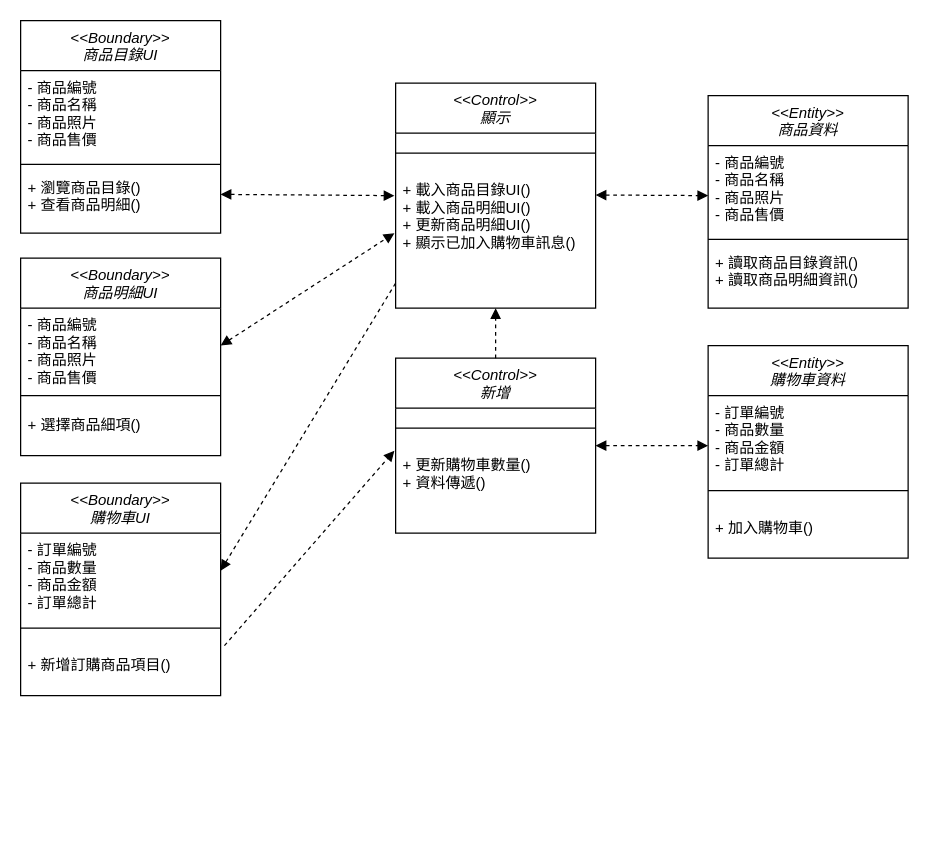
Before: 商品訂購類別圖0515.drawio in odcs0320/blog, a draw.io diagram. Source tidied: cells renumbered, new cells numbered last; positions are measured from the earlier drawing's top-left corner, leaving out a move shared by most shapes. Both pictures are drawn from the tidied source at 125%, with x=0, y=0 at pixel (20, 20).
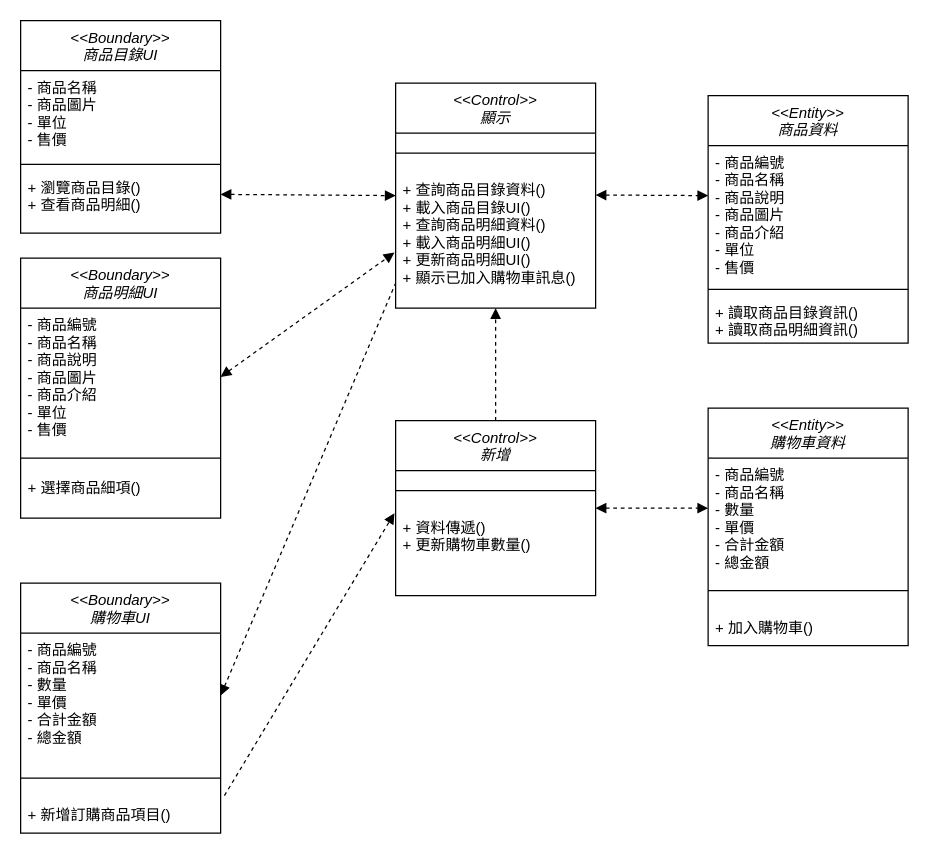
Above is the later version.

Commit message:
更新商品訂購類別圖0515.drawio

The change refers to these unchanged cells:
```xml
<mxCell id="2" value="&lt;&lt;Boundary&gt;&gt;&#10;商品目錄UI" style="swimlane;fontStyle=2;align=center;verticalAlign=top;horizontal=1;startSize=40;rounded=0;shadow=0;strokeWidth=1;" parent="1" vertex="1">
  <mxGeometry width="160" height="170" as="geometry" />
</mxCell>
<mxCell id="5" value="+ 瀏覽商品目錄()&#10;+ 查看商品明細()&#10;" style="text;align=left;verticalAlign=top;spacingLeft=4;spacingRight=4;overflow=hidden;points=[[0,0.5],[1,0.5]];portConstraint=eastwest;rounded=0;shadow=0;html=0;" parent="2" vertex="1">
  <mxGeometry y="120" width="160" height="38" as="geometry" />
</mxCell>
<mxCell id="14" value="&lt;&lt;Control&gt;&gt;&#10;顯示" style="swimlane;fontStyle=2;align=center;verticalAlign=top;horizontal=1;startSize=40;rounded=0;shadow=0;strokeWidth=1;" parent="1" vertex="1">
  <mxGeometry x="300" y="50" width="160" height="180" as="geometry" />
</mxCell>
```

Diff of the diagram source:
```diff
@@
-    <mxCell id="3" value="- 商品編號&#10;- 商品名稱&#10;- 商品照片&#10;- 商品售價" style="text;align=left;verticalAlign=top;spacingLeft=4;spacingRight=4;overflow=hidden;rounded=0;shadow=0;html=0;" parent="2" vertex="1">
+    <mxCell id="3" value="- 商品名稱&#10;- 商品圖片&#10;- 單位&#10;- 售價" style="text;align=left;verticalAlign=top;spacingLeft=4;spacingRight=4;overflow=hidden;rounded=0;shadow=0;html=0;" parent="2" vertex="1">
       <mxGeometry y="40" width="160" height="70" as="geometry" />
     </mxCell>
@@
     <mxCell id="6" value="&lt;&lt;Boundary&gt;&gt;&#10;商品明細UI" style="swimlane;fontStyle=2;align=center;verticalAlign=top;horizontal=1;startSize=40;rounded=0;shadow=0;strokeWidth=1;" parent="1" vertex="1">
-      <mxGeometry y="190" width="160" height="158" as="geometry" />
+      <mxGeometry y="190" width="160" height="208" as="geometry" />
     </mxCell>
-    <mxCell id="7" value="- 商品編號&#10;- 商品名稱&#10;- 商品照片&#10;- 商品售價" style="text;align=left;verticalAlign=top;spacingLeft=4;spacingRight=4;overflow=hidden;points=[[0,0.5],[1,0.5]];portConstraint=eastwest;rounded=0;shadow=0;html=0;" parent="6" vertex="1">
-      <mxGeometry y="40" width="160" height="60" as="geometry" />
+    <mxCell id="7" value="- 商品編號&#10;- 商品名稱&#10;- 商品說明&#10;- 商品圖片&#10;- 商品介紹&#10;- 單位&#10;- 售價" style="text;align=left;verticalAlign=top;spacingLeft=4;spacingRight=4;overflow=hidden;points=[[0,0.5],[1,0.5]];portConstraint=eastwest;rounded=0;shadow=0;html=0;" parent="6" vertex="1">
+      <mxGeometry y="40" width="160" height="110" as="geometry" />
     </mxCell>
     <mxCell id="8" style="line;html=1;strokeWidth=1;align=left;verticalAlign=middle;spacingTop=-1;spacingLeft=3;spacingRight=3;labelPosition=right;" parent="6" vertex="1">
-      <mxGeometry y="100" width="160" height="20" as="geometry" />
+      <mxGeometry y="150" width="160" height="20" as="geometry" />
     </mxCell>
     <mxCell id="9" value="+ 選擇商品細項()" style="text;align=left;verticalAlign=top;spacingLeft=4;spacingRight=4;overflow=hidden;rounded=0;shadow=0;html=0;" parent="6" vertex="1">
-      <mxGeometry y="120" width="160" height="38" as="geometry" />
+      <mxGeometry y="170" width="160" height="38" as="geometry" />
     </mxCell>
     <mxCell id="10" value="&lt;&lt;Boundary&gt;&gt;&#10;購物車UI" style="swimlane;fontStyle=2;align=center;verticalAlign=top;horizontal=1;startSize=40;rounded=0;shadow=0;strokeWidth=1;" parent="1" vertex="1">
-      <mxGeometry y="370" width="160" height="170" as="geometry" />
+      <mxGeometry y="450" width="160" height="200" as="geometry" />
     </mxCell>
-    <mxCell id="11" value="- 訂單編號&#10;- 商品數量&#10;- 商品金額&#10;- 訂單總計" style="text;align=left;verticalAlign=top;spacingLeft=4;spacingRight=4;overflow=hidden;points=[[0,0.5],[1,0.5]];portConstraint=eastwest;rounded=0;shadow=0;html=0;" parent="10" vertex="1">
-      <mxGeometry y="40" width="160" height="60" as="geometry" />
+    <mxCell id="11" value="- 商品編號&#10;- 商品名稱&#10;- 數量&#10;- 單價&#10;- 合計金額&#10;- 總金額" style="text;align=left;verticalAlign=top;spacingLeft=4;spacingRight=4;overflow=hidden;points=[[0,0.5],[1,0.5]];portConstraint=eastwest;rounded=0;shadow=0;html=0;" parent="10" vertex="1">
+      <mxGeometry y="40" width="160" height="100" as="geometry" />
     </mxCell>
     <mxCell id="12" style="line;html=1;strokeWidth=1;align=left;verticalAlign=middle;spacingTop=-1;spacingLeft=3;spacingRight=3;labelPosition=right;" parent="10" vertex="1">
-      <mxGeometry y="100" width="160" height="32" as="geometry" />
+      <mxGeometry y="140" width="160" height="32" as="geometry" />
     </mxCell>
     <mxCell id="13" value="+ 新增訂購商品項目()" style="text;align=left;verticalAlign=top;spacingLeft=4;spacingRight=4;overflow=hidden;points=[[0,0.5],[1,0.5]];portConstraint=eastwest;rounded=0;shadow=0;html=0;" parent="10" vertex="1">
-      <mxGeometry y="132" width="160" height="28" as="geometry" />
+      <mxGeometry y="172" width="160" height="28" as="geometry" />
     </mxCell>
@@
-    <mxCell id="16" value="+ 載入商品目錄UI()&#10;+ 載入商品明細UI()&#10;+ 更新商品明細UI()&#10;+ 顯示已加入購物車訊息()" style="text;align=left;verticalAlign=top;spacingLeft=4;spacingRight=4;overflow=hidden;points=[[0,0.5],[1,0.5]];portConstraint=eastwest;rounded=0;shadow=0;html=0;" parent="14" vertex="1">
-      <mxGeometry y="72" width="160" height="68" as="geometry" />
+    <mxCell id="16" value="+ 查詢商品目錄資料()&#10;+ 載入商品目錄UI()&#10;+ 查詢商品明細資料()&#10;+ 載入商品明細UI()&#10;+ 更新商品明細UI()&#10;+ 顯示已加入購物車訊息()" style="text;align=left;verticalAlign=top;spacingLeft=4;spacingRight=4;overflow=hidden;points=[[0,0.5],[1,0.5]];portConstraint=eastwest;rounded=0;shadow=0;html=0;" parent="14" vertex="1">
+      <mxGeometry y="72" width="160" height="90" as="geometry" />
     </mxCell>
     <mxCell id="17" value="&lt;&lt;Control&gt;&gt;&#10;新增" style="swimlane;fontStyle=2;align=center;verticalAlign=top;horizontal=1;startSize=40;rounded=0;shadow=0;strokeWidth=1;" parent="1" vertex="1">
-      <mxGeometry x="300" y="270" width="160" height="140" as="geometry" />
+      <mxGeometry x="300" y="320" width="160" height="140" as="geometry" />
     </mxCell>
@@
-    <mxCell id="19" value="+ 更新購物車數量()&#10;+ 資料傳遞()" style="text;align=left;verticalAlign=top;spacingLeft=4;spacingRight=4;overflow=hidden;points=[[0,0.5],[1,0.5]];portConstraint=eastwest;rounded=0;shadow=0;html=0;" parent="17" vertex="1">
+    <mxCell id="19" value="+ 資料傳遞()&#10;+ 更新購物車數量()" style="text;align=left;verticalAlign=top;spacingLeft=4;spacingRight=4;overflow=hidden;points=[[0,0.5],[1,0.5]];portConstraint=eastwest;rounded=0;shadow=0;html=0;" parent="17" vertex="1">
       <mxGeometry y="72" width="160" height="48" as="geometry" />
     </mxCell>
     <mxCell id="20" value="&lt;&lt;Entity&gt;&gt;&#10;商品資料" style="swimlane;fontStyle=2;align=center;verticalAlign=top;horizontal=1;startSize=40;rounded=0;shadow=0;strokeWidth=1;" parent="1" vertex="1">
-      <mxGeometry x="550" y="60" width="160" height="170" as="geometry" />
+      <mxGeometry x="550" y="60" width="160" height="198" as="geometry" />
     </mxCell>
-    <mxCell id="21" value="- 商品編號&#10;- 商品名稱&#10;- 商品照片&#10;- 商品售價" style="text;align=left;verticalAlign=top;spacingLeft=4;spacingRight=4;overflow=hidden;rounded=0;shadow=0;html=0;" parent="20" vertex="1">
-      <mxGeometry y="40" width="160" height="70" as="geometry" />
+    <mxCell id="21" value="- 商品編號&#10;- 商品名稱&#10;- 商品說明&#10;- 商品圖片&#10;- 商品介紹&#10;- 單位&#10;- 售價" style="text;align=left;verticalAlign=top;spacingLeft=4;spacingRight=4;overflow=hidden;rounded=0;shadow=0;html=0;" parent="20" vertex="1">
+      <mxGeometry y="40" width="160" height="110" as="geometry" />
     </mxCell>
     <mxCell id="22" style="line;html=1;strokeWidth=1;align=left;verticalAlign=middle;spacingTop=-1;spacingLeft=3;spacingRight=3;labelPosition=right;" parent="20" vertex="1">
-      <mxGeometry y="110" width="160" height="10" as="geometry" />
+      <mxGeometry y="150" width="160" height="10" as="geometry" />
     </mxCell>
     <mxCell id="23" value="+ 讀取商品目錄資訊()&#10;+ 讀取商品明細資訊()" style="text;align=left;verticalAlign=top;spacingLeft=4;spacingRight=4;overflow=hidden;rounded=0;shadow=0;html=0;" parent="20" vertex="1">
-      <mxGeometry y="120" width="160" height="38" as="geometry" />
+      <mxGeometry y="160" width="160" height="38" as="geometry" />
     </mxCell>
     <mxCell id="24" value="&lt;&lt;Entity&gt;&gt;&#10;購物車資料" style="swimlane;fontStyle=2;align=center;verticalAlign=top;horizontal=1;startSize=40;rounded=0;shadow=0;strokeWidth=1;" parent="1" vertex="1">
-      <mxGeometry x="550" y="260" width="160" height="170" as="geometry" />
+      <mxGeometry x="550" y="310" width="160" height="190" as="geometry" />
     </mxCell>
-    <mxCell id="25" value="- 訂單編號&#10;- 商品數量&#10;- 商品金額&#10;- 訂單總計" style="text;align=left;verticalAlign=top;spacingLeft=4;spacingRight=4;overflow=hidden;rounded=0;shadow=0;html=0;" parent="24" vertex="1">
-      <mxGeometry y="40" width="160" height="60" as="geometry" />
+    <mxCell id="25" value="- 商品編號&#10;- 商品名稱&#10;- 數量&#10;- 單價&#10;- 合計金額&#10;- 總金額" style="text;align=left;verticalAlign=top;spacingLeft=4;spacingRight=4;overflow=hidden;rounded=0;shadow=0;html=0;" parent="24" vertex="1">
+      <mxGeometry y="40" width="160" height="90" as="geometry" />
     </mxCell>
     <mxCell id="26" style="line;html=1;strokeWidth=1;align=left;verticalAlign=middle;spacingTop=-1;spacingLeft=3;spacingRight=3;labelPosition=right;" parent="24" vertex="1">
-      <mxGeometry y="100" width="160" height="32" as="geometry" />
+      <mxGeometry y="130" width="160" height="32" as="geometry" />
     </mxCell>
     <mxCell id="27" value="+ 加入購物車()" style="text;align=left;verticalAlign=top;spacingLeft=4;spacingRight=4;overflow=hidden;rounded=0;shadow=0;html=0;" parent="24" vertex="1">
-      <mxGeometry y="132" width="160" height="28" as="geometry" />
+      <mxGeometry y="162" width="160" height="28" as="geometry" />
     </mxCell>
-    <mxCell id="28" style="endArrow=block;startArrow=block;endFill=1;startFill=1;html=1;rounded=0;exitX=1;exitY=0.5;exitDx=0;exitDy=0;entryX=-0.006;entryY=0.265;entryDx=0;entryDy=0;dashed=1;entryPerimeter=0;" parent="1" edge="1" source="5" target="16">
-      <mxGeometry relative="1" as="geometry" />
+    <mxCell id="28" style="endArrow=block;startArrow=block;endFill=1;startFill=1;html=1;rounded=0;exitX=1;exitY=0.5;exitDx=0;exitDy=0;dashed=1;" parent="1" edge="1" source="5">
+      <mxGeometry relative="1" as="geometry">
+        <mxPoint x="300" y="140" as="targetPoint" />
+      </mxGeometry>
     </mxCell>
@@
     <mxCell id="32" style="endArrow=block;startArrow=block;endFill=1;startFill=1;html=1;rounded=0;dashed=1;" parent="1" edge="1">
       <mxGeometry relative="1" as="geometry">
-        <mxPoint x="460" y="340" as="sourcePoint" />
-        <mxPoint x="550" y="340" as="targetPoint" />
+        <mxPoint x="460" y="390" as="sourcePoint" />
+        <mxPoint x="550" y="390" as="targetPoint" />
       </mxGeometry>
     </mxCell>
```
